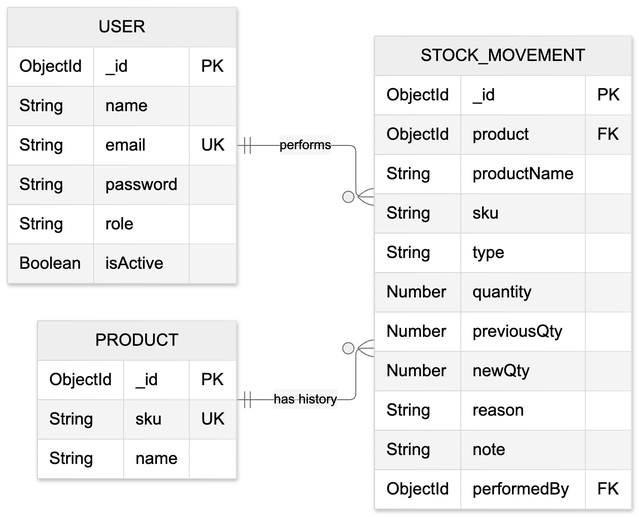
The Mermaid diagram docs/diagrams/erd-2-stock-history.png in Ivan259483/stockwise, before a commit. Its source is kept beside it as docs/diagrams/erd-2-stock-history.mmd.
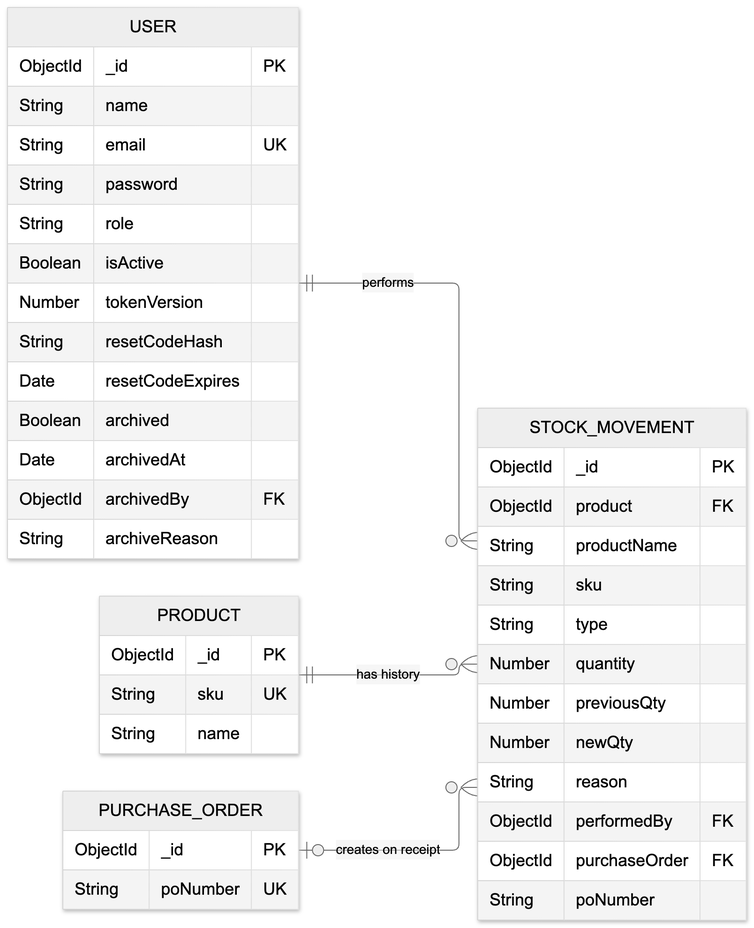
After the commit.

What changed in the source:
```diff
@@ -2,6 +2,7 @@
     direction LR
     USER ||--o{ STOCK_MOVEMENT : "performs"
     PRODUCT ||--o{ STOCK_MOVEMENT : "has history"
+    PURCHASE_ORDER |o--o{ STOCK_MOVEMENT : "creates on receipt"
 
     USER {
         ObjectId _id PK
@@ -10,11 +11,22 @@
         String password
         String role
         Boolean isActive
+        Number tokenVersion
+        String resetCodeHash
+        Date resetCodeExpires
+        Boolean archived
+        Date archivedAt
+        ObjectId archivedBy FK
+        String archiveReason
     }
     PRODUCT {
         ObjectId _id PK
         String sku UK
         String name
+    }
+    PURCHASE_ORDER {
+        ObjectId _id PK
+        String poNumber UK
     }
     STOCK_MOVEMENT {
         ObjectId _id PK
@@ -26,6 +38,7 @@
         Number previousQty
         Number newQty
         String reason
-        String note
         ObjectId performedBy FK
+        ObjectId purchaseOrder FK
+        String poNumber
     }
```
